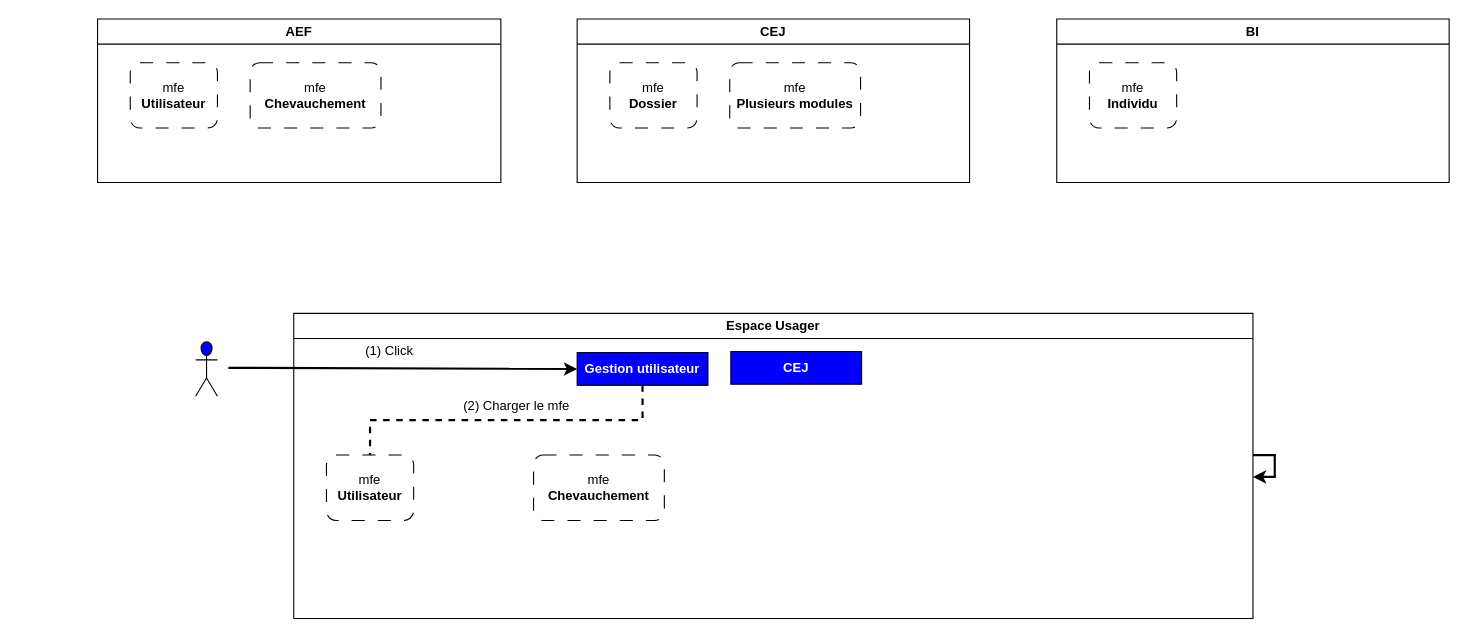
Earlier version of the draw.io diagram src/assets/MFE architecture.drawio (famzila/web-courses). Source tidied: cells renumbered, new cells numbered last; positions are measured from the earlier drawing's top-left corner, leaving out a move shared by most shapes. Both pictures are drawn from the tidied source at 109%, with x=0, y=0 at pixel (97, 19).
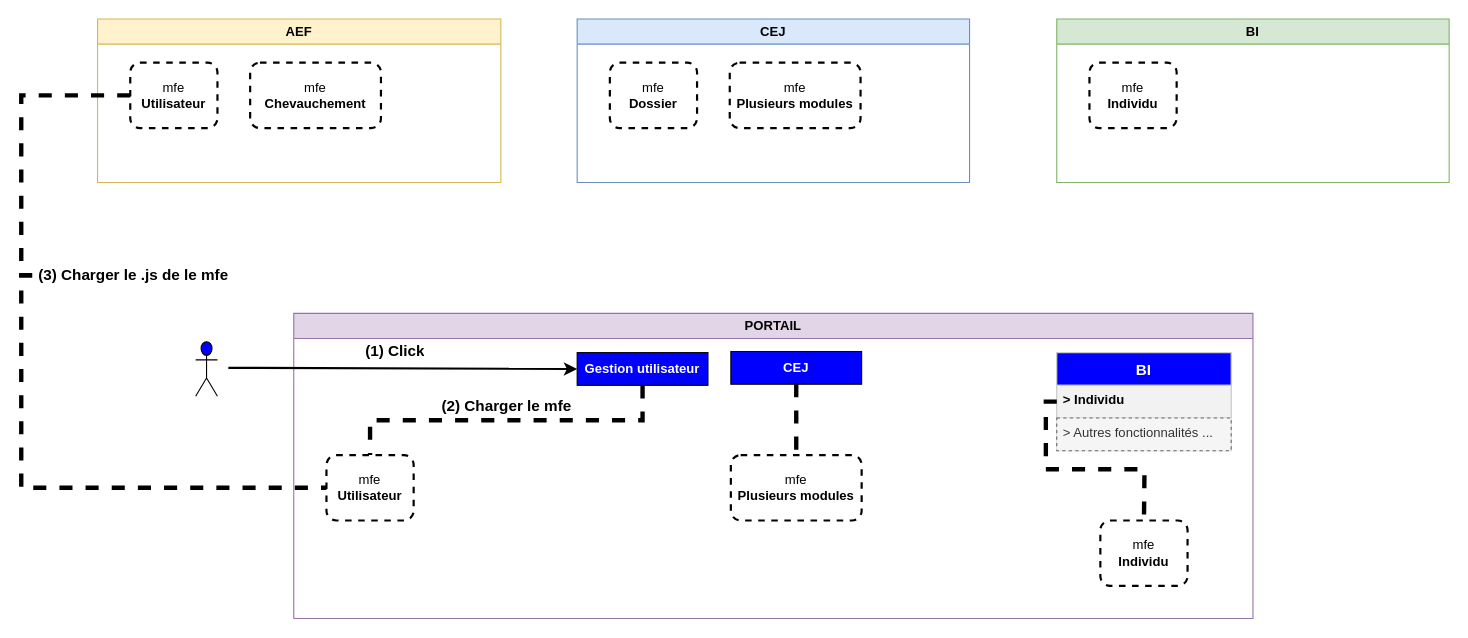
Above is the later version.

Unchanged cells that the change refers to:
```xml
<mxCell id="11" value="&lt;font color=&quot;#ffffff&quot;&gt;&lt;b&gt;Gestion utilisateur&lt;/b&gt;&lt;/font&gt;" style="rounded=0;whiteSpace=wrap;html=1;fillColor=#0000FF;" parent="8" vertex="1">
  <mxGeometry x="260" y="36" width="120" height="30" as="geometry" />
</mxCell>
<mxCell id="12" value="&lt;font color=&quot;#ffffff&quot;&gt;&lt;b&gt;CEJ&lt;/b&gt;&lt;/font&gt;" style="rounded=0;whiteSpace=wrap;html=1;fillColor=#0000FF;" parent="8" vertex="1">
  <mxGeometry x="401" y="35" width="120" height="30" as="geometry" />
</mxCell>
```

What changed in the source:
```diff
@@
-    <mxCell id="2" value="AEF" style="swimlane;whiteSpace=wrap;html=1;" parent="1" vertex="1">
+    <mxCell id="2" value="AEF" style="swimlane;whiteSpace=wrap;html=1;fillColor=#fff2cc;strokeColor=#d6b656;" parent="1" vertex="1">
       <mxGeometry width="370" height="150" as="geometry" />
     </mxCell>
-    <mxCell id="3" value="mfe&lt;br style=&quot;border-color: var(--border-color);&quot;&gt;&lt;b&gt;Chevauchement&lt;/b&gt;" style="rounded=1;whiteSpace=wrap;html=1;dashed=1;dashPattern=12 12;" parent="2" vertex="1">
+    <mxCell id="3" value="mfe&lt;br style=&quot;border-color: var(--border-color);&quot;&gt;&lt;b&gt;Chevauchement&lt;/b&gt;" style="rounded=1;whiteSpace=wrap;html=1;dashed=1;strokeWidth=2;" parent="2" vertex="1">
       <mxGeometry x="140" y="40" width="120" height="60" as="geometry" />
     </mxCell>
-    <mxCell id="4" value="mfe&lt;br style=&quot;border-color: var(--border-color);&quot;&gt;&lt;b&gt;Utilisateur&lt;/b&gt;" style="rounded=1;whiteSpace=wrap;html=1;dashed=1;dashPattern=12 12;" parent="2" vertex="1">
+    <mxCell id="4" value="mfe&lt;br style=&quot;border-color: var(--border-color);&quot;&gt;&lt;b&gt;Utilisateur&lt;/b&gt;" style="rounded=1;whiteSpace=wrap;html=1;dashed=1;strokeWidth=2;" parent="2" vertex="1">
       <mxGeometry x="30" y="40" width="80" height="60" as="geometry" />
     </mxCell>
-    <mxCell id="5" value="CEJ" style="swimlane;whiteSpace=wrap;html=1;" parent="1" vertex="1">
+    <mxCell id="5" value="CEJ" style="swimlane;whiteSpace=wrap;html=1;fillColor=#dae8fc;strokeColor=#6c8ebf;" parent="1" vertex="1">
       <mxGeometry x="440" width="360" height="150" as="geometry" />
     </mxCell>
-    <mxCell id="6" value="mfe&lt;br style=&quot;border-color: var(--border-color);&quot;&gt;&lt;b&gt;Plusieurs modules&lt;/b&gt;" style="rounded=1;whiteSpace=wrap;html=1;dashed=1;dashPattern=12 12;" parent="5" vertex="1">
+    <mxCell id="6" value="mfe&lt;br style=&quot;border-color: var(--border-color);&quot;&gt;&lt;b&gt;Plusieurs modules&lt;/b&gt;" style="rounded=1;whiteSpace=wrap;html=1;dashed=1;strokeWidth=2;" parent="5" vertex="1">
       <mxGeometry x="140" y="40" width="120" height="60" as="geometry" />
     </mxCell>
-    <mxCell id="7" value="mfe&lt;br style=&quot;border-color: var(--border-color);&quot;&gt;&lt;b&gt;Dossier&lt;/b&gt;" style="rounded=1;whiteSpace=wrap;html=1;dashed=1;dashPattern=12 12;" parent="5" vertex="1">
+    <mxCell id="7" value="mfe&lt;br style=&quot;border-color: var(--border-color);&quot;&gt;&lt;b&gt;Dossier&lt;/b&gt;" style="rounded=1;whiteSpace=wrap;html=1;dashed=1;strokeWidth=2;" parent="5" vertex="1">
       <mxGeometry x="30" y="40" width="80" height="60" as="geometry" />
     </mxCell>
-    <mxCell id="8" value="Espace Usager" style="swimlane;whiteSpace=wrap;html=1;" parent="1" vertex="1">
+    <mxCell id="8" value="PORTAIL" style="swimlane;whiteSpace=wrap;html=1;fillColor=#e1d5e7;strokeColor=#9673a6;" parent="1" vertex="1">
       <mxGeometry x="180" y="270" width="880" height="280" as="geometry" />
     </mxCell>
-    <mxCell id="9" value="mfe&lt;br style=&quot;border-color: var(--border-color);&quot;&gt;&lt;b&gt;Chevauchement&lt;/b&gt;" style="rounded=1;whiteSpace=wrap;html=1;dashed=1;dashPattern=12 12;" parent="8" vertex="1">
-      <mxGeometry x="220" y="130" width="120" height="60" as="geometry" />
+    <mxCell id="9" value="mfe&lt;br style=&quot;border-color: var(--border-color);&quot;&gt;&lt;b&gt;Plusieurs modules&lt;/b&gt;" style="rounded=1;whiteSpace=wrap;html=1;dashed=1;strokeWidth=2;" parent="8" vertex="1">
+      <mxGeometry x="401" y="130" width="120" height="60" as="geometry" />
     </mxCell>
-    <mxCell id="10" value="mfe&lt;br style=&quot;border-color: var(--border-color);&quot;&gt;&lt;b&gt;Utilisateur&lt;/b&gt;" style="rounded=1;whiteSpace=wrap;html=1;dashed=1;dashPattern=12 12;" parent="8" vertex="1">
+    <mxCell id="10" value="mfe&lt;br style=&quot;border-color: var(--border-color);&quot;&gt;&lt;b&gt;Utilisateur&lt;/b&gt;" style="rounded=1;whiteSpace=wrap;html=1;dashed=1;strokeWidth=2;" parent="8" vertex="1">
       <mxGeometry x="30" y="130" width="80" height="60" as="geometry" />
     </mxCell>
@@
-    <mxCell id="13" value="&lt;font color=&quot;#000000&quot;&gt;(1) Click&lt;/font&gt;" style="text;strokeColor=none;fillColor=none;align=left;verticalAlign=middle;spacingLeft=4;spacingRight=4;overflow=hidden;whiteSpace=wrap;html=1;fontColor=#FFFFFF;" parent="8" vertex="1">
-      <mxGeometry x="60" y="20" width="60" height="30" as="geometry" />
+    <mxCell id="13" value="&lt;font size=&quot;1&quot; color=&quot;#000000&quot;&gt;&lt;b style=&quot;font-size: 14px;&quot;&gt;(1) Click&lt;/b&gt;&lt;/font&gt;" style="text;strokeColor=none;fillColor=none;align=left;verticalAlign=middle;spacingLeft=4;spacingRight=4;overflow=hidden;whiteSpace=wrap;html=1;fontColor=#FFFFFF;" parent="8" vertex="1">
+      <mxGeometry x="60" y="20" width="90" height="30" as="geometry" />
     </mxCell>
-    <mxCell id="14" style="endArrow=none;dashed=1;html=1;rounded=0;strokeWidth=2;fontColor=#000000;exitX=0.5;exitY=1;exitDx=0;exitDy=0;edgeStyle=orthogonalEdgeStyle;" parent="8" edge="1" source="11" target="10">
+    <mxCell id="14" style="endArrow=none;dashed=1;html=1;rounded=0;strokeWidth=4;fontColor=#000000;exitX=0.5;exitY=1;exitDx=0;exitDy=0;edgeStyle=orthogonalEdgeStyle;" parent="8" edge="1" source="11" target="10">
       <mxGeometry relative="1" as="geometry" />
     </mxCell>
-    <mxCell id="15" value="&lt;font color=&quot;#000000&quot;&gt;(2) Charger le mfe&lt;/font&gt;" style="text;strokeColor=none;fillColor=none;align=left;verticalAlign=middle;spacingLeft=4;spacingRight=4;overflow=hidden;whiteSpace=wrap;html=1;fontColor=#FFFFFF;" parent="8" vertex="1">
-      <mxGeometry x="150" y="70" width="120" height="30" as="geometry" />
+    <mxCell id="15" value="&lt;font size=&quot;1&quot; color=&quot;#000000&quot;&gt;&lt;b style=&quot;font-size: 14px;&quot;&gt;(2) Charger le mfe&lt;/b&gt;&lt;/font&gt;" style="text;strokeColor=none;fillColor=none;align=left;verticalAlign=middle;spacingLeft=4;spacingRight=4;overflow=hidden;whiteSpace=wrap;html=1;fontColor=#FFFFFF;" parent="8" vertex="1">
+      <mxGeometry x="130" y="70" width="140" height="30" as="geometry" />
     </mxCell>
+    <mxCell id="21" style="endArrow=none;dashed=1;html=1;rounded=0;strokeWidth=4;fontColor=#000000;exitX=0.5;exitY=1;exitDx=0;exitDy=0;edgeStyle=orthogonalEdgeStyle;" parent="8" edge="1" source="12" target="9">
+      <mxGeometry relative="1" as="geometry" />
+    </mxCell>
+    <mxCell id="22" value="BI" style="swimlane;fontStyle=1;horizontal=1;startSize=30;align=center;fontSize=14;fontColor=#FFFFFF;fillColor=#0000FF;strokeColor=#CCCCCC;" parent="8" vertex="1">
+      <mxGeometry x="700" y="36" width="160" height="90" as="geometry" />
+    </mxCell>
+    <mxCell id="23" value="&gt; Individu" style="text;strokeColor=#CCCCCC;fillColor=#F2F2F2;spacingLeft=4;spacingRight=4;overflow=hidden;points=[[0,0.5],[1,0.5]];portConstraint=eastwest;fontSize=12;fontColor=#000000;fillStyle=solid;fontStyle=1;" parent="22" vertex="1">
+      <mxGeometry y="30" width="160" height="30" as="geometry" />
+    </mxCell>
+    <mxCell id="24" value="&gt; Autres fonctionnalités ..." style="text;strokeColor=#666666;fillColor=#f5f5f5;spacingLeft=4;spacingRight=4;overflow=hidden;fontSize=12;fontColor=#333333;dashed=1;" parent="22" vertex="1">
+      <mxGeometry y="60" width="160" height="30" as="geometry" />
+    </mxCell>
+    <mxCell id="25" value="mfe&lt;br style=&quot;border-color: var(--border-color);&quot;&gt;&lt;b&gt;Individu&lt;/b&gt;" style="rounded=1;whiteSpace=wrap;html=1;dashed=1;strokeWidth=2;" parent="8" vertex="1">
+      <mxGeometry x="740" y="190" width="80" height="60" as="geometry" />
+    </mxCell>
-    <mxCell id="16" value="BI" style="swimlane;whiteSpace=wrap;html=1;" parent="1" vertex="1">
+    <mxCell id="16" value="BI" style="swimlane;whiteSpace=wrap;html=1;fillColor=#d5e8d4;strokeColor=#82b366;" parent="1" vertex="1">
       <mxGeometry x="880" width="360" height="150" as="geometry" />
     </mxCell>
-    <mxCell id="17" value="mfe&lt;br style=&quot;border-color: var(--border-color);&quot;&gt;&lt;b&gt;Individu&lt;/b&gt;" style="rounded=1;whiteSpace=wrap;html=1;dashed=1;dashPattern=12 12;" parent="16" vertex="1">
+    <mxCell id="17" value="mfe&lt;br style=&quot;border-color: var(--border-color);&quot;&gt;&lt;b&gt;Individu&lt;/b&gt;" style="rounded=1;whiteSpace=wrap;html=1;dashed=1;strokeWidth=2;" parent="16" vertex="1">
       <mxGeometry x="30" y="40" width="80" height="60" as="geometry" />
     </mxCell>
@@
-    <mxCell id="20" style="edgeStyle=orthogonalEdgeStyle;rounded=0;orthogonalLoop=1;jettySize=auto;html=1;strokeWidth=2;fontColor=#000000;" parent="1" edge="1" source="8" target="8">
-      <mxGeometry relative="1" as="geometry" />
-    </mxCell>
+    <mxCell id="26" style="endArrow=none;dashed=1;html=1;rounded=0;strokeWidth=4;fontColor=#000000;exitX=0;exitY=0.5;exitDx=0;exitDy=0;edgeStyle=orthogonalEdgeStyle;entryX=0;entryY=0.5;entryDx=0;entryDy=0;startArrow=none;" parent="1" edge="1" source="28" target="10">
+      <mxGeometry relative="1" as="geometry" />
+    </mxCell>
+    <mxCell id="27" style="endArrow=none;dashed=1;html=1;rounded=0;strokeWidth=4;fontColor=#000000;exitX=0;exitY=0.5;exitDx=0;exitDy=0;edgeStyle=orthogonalEdgeStyle;entryX=0;entryY=0.5;entryDx=0;entryDy=0;" parent="1" edge="1" source="4" target="28">
+      <mxGeometry relative="1" as="geometry">
+        <Array as="points">
+          <mxPoint x="-70" y="70" />
+          <mxPoint x="-70" y="235" />
+        </Array>
+      </mxGeometry>
+    </mxCell>
+    <mxCell id="28" value="&lt;font size=&quot;1&quot; color=&quot;#000000&quot;&gt;&lt;b style=&quot;font-size: 14px;&quot;&gt;(3) Charger le .js de le mfe&lt;/b&gt;&lt;/font&gt;" style="text;strokeColor=none;fillColor=none;align=left;verticalAlign=middle;spacingLeft=4;spacingRight=4;overflow=hidden;points=[[0,0.5],[1,0.5]];portConstraint=eastwest;whiteSpace=wrap;html=1;fontColor=#FFFFFF;" parent="1" vertex="1">
+      <mxGeometry x="-60" y="220" width="190" height="30" as="geometry" />
+    </mxCell>
+    <mxCell id="29" style="endArrow=none;dashed=1;html=1;rounded=0;strokeWidth=4;fontColor=#000000;exitX=0;exitY=0.5;exitDx=0;exitDy=0;edgeStyle=orthogonalEdgeStyle;" parent="1" edge="1" source="23">
+      <mxGeometry relative="1" as="geometry">
+        <mxPoint x="960" y="460" as="targetPoint" />
+      </mxGeometry>
+    </mxCell>
```
